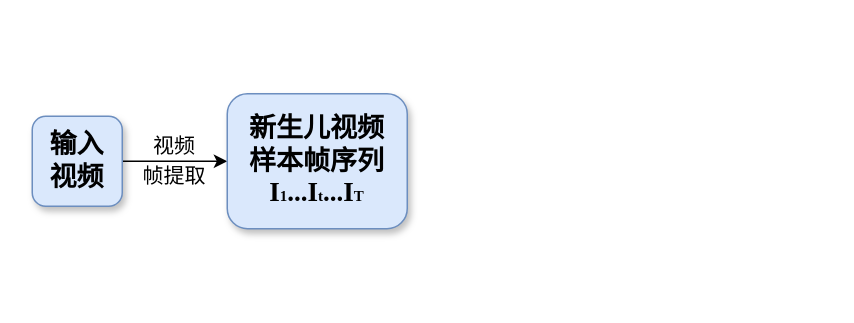
whenwedream/TELL keeps this draw.io diagram as Graphs/未命名绘图.drawio. Above is the earlier version. Source tidied: cells renumbered, new cells numbered last; positions are measured from the earlier drawing's top-left corner, leaving out a move shared by most shapes. Both pictures are drawn from the tidied source at 150%, with x=0, y=0 at pixel (32, 93).
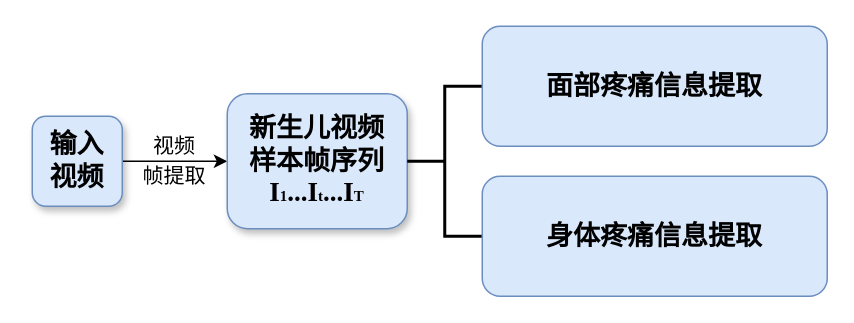
The same diagram, later.

Commit message (it also covers changes not shown here):
更新未命名绘图.drawio

Change to the diagram source:
```diff
@@
 <mxGraphModel>
   <root>
     <mxCell id="0" />
     <mxCell id="1" parent="0" />
     <mxCell id="2" style="edgeStyle=orthogonalEdgeStyle;rounded=0;jettySize=auto;html=1;exitX=1;exitY=0.5;exitDx=0;exitDy=0;" parent="1" edge="1" source="3" target="4">
       <mxGeometry relative="1" as="geometry" />
     </mxCell>
     <mxCell id="3" value="&lt;font style=&quot;font-size: 18px;&quot;&gt;输入&lt;/font&gt;&lt;div&gt;&lt;font style=&quot;font-size: 18px;&quot;&gt;视频&lt;/font&gt;&lt;/div&gt;" style="rounded=1;whiteSpace=wrap;html=1;fillColor=#dae8fc;strokeColor=#6c8ebf;fontStyle=1;shadow=1;" parent="1" vertex="1">
       <mxGeometry y="15" width="60" height="60" as="geometry" />
     </mxCell>
     <mxCell id="4" value="&lt;font style=&quot;font-size: 18px;&quot;&gt;新生儿视频&lt;/font&gt;&lt;div&gt;&lt;font style=&quot;font-size: 18px;&quot;&gt;样本帧序列&lt;/font&gt;&lt;/div&gt;&lt;div&gt;&lt;font face=&quot;Times New Roman&quot; style=&quot;&quot;&gt;&lt;span style=&quot;font-size: 18px;&quot;&gt;I&lt;/span&gt;&lt;font style=&quot;font-size: 10px;&quot;&gt;1&lt;/font&gt;&lt;/font&gt;&lt;font style=&quot;background-color: initial;&quot; face=&quot;Times New Roman&quot;&gt;&lt;font style=&quot;font-size: 18px;&quot;&gt;...&lt;/font&gt;&lt;/font&gt;&lt;span style=&quot;background-color: initial; font-family: &amp;quot;Times New Roman&amp;quot;; font-size: 18px;&quot;&gt;I&lt;/span&gt;&lt;font style=&quot;background-color: initial; font-family: &amp;quot;Times New Roman&amp;quot;; font-size: 10px;&quot;&gt;t&lt;/font&gt;&lt;font style=&quot;background-color: initial;&quot; face=&quot;Times New Roman&quot;&gt;&lt;font style=&quot;font-size: 18px;&quot;&gt;...&lt;/font&gt;&lt;/font&gt;&lt;span style=&quot;background-color: initial; font-family: &amp;quot;Times New Roman&amp;quot;; font-size: 18px;&quot;&gt;I&lt;/span&gt;&lt;font style=&quot;background-color: initial; font-family: &amp;quot;Times New Roman&amp;quot;; font-size: 10px;&quot;&gt;T&lt;/font&gt;&lt;/div&gt;" style="rounded=1;whiteSpace=wrap;html=1;fillColor=#dae8fc;strokeColor=#6c8ebf;fontStyle=1;shadow=1;glass=0;" parent="1" vertex="1">
       <mxGeometry x="130" width="120" height="90" as="geometry" />
     </mxCell>
     <mxCell id="5" value="视频" style="rounded=0;whiteSpace=wrap;html=1;opacity=0;fontSize=14;" parent="1" vertex="1">
       <mxGeometry x="60" y="25" width="70" height="20" as="geometry" />
     </mxCell>
     <mxCell id="6" value="帧提取" style="rounded=0;whiteSpace=wrap;html=1;fontSize=14;opacity=0;" parent="1" vertex="1">
       <mxGeometry x="65" y="45" width="60" height="20" as="geometry" />
     </mxCell>
+    <mxCell id="7" style="strokeWidth=2;html=1;shape=mxgraph.flowchart.annotation_2;align=left;labelPosition=right;verticalAlign=middle;" parent="1" vertex="1">
+      <mxGeometry x="250" y="-5" width="50" height="100" as="geometry" />
+    </mxCell>
+    <mxCell id="8" value="&lt;b&gt;&lt;font style=&quot;font-size: 18px;&quot;&gt;面部疼痛信息提取&lt;/font&gt;&lt;/b&gt;" style="rounded=1;whiteSpace=wrap;html=1;fillColor=#dae8fc;strokeColor=#6c8ebf;" parent="1" vertex="1">
+      <mxGeometry x="300" y="-45" width="230" height="80" as="geometry" />
+    </mxCell>
+    <mxCell id="9" value="&lt;b&gt;&lt;font style=&quot;font-size: 18px;&quot;&gt;身体疼痛信息提取&lt;/font&gt;&lt;/b&gt;" style="rounded=1;whiteSpace=wrap;html=1;fillColor=#dae8fc;strokeColor=#6c8ebf;" parent="1" vertex="1">
+      <mxGeometry x="300" y="55" width="230" height="80" as="geometry" />
+    </mxCell>
   </root>
 </mxGraphModel>
```
